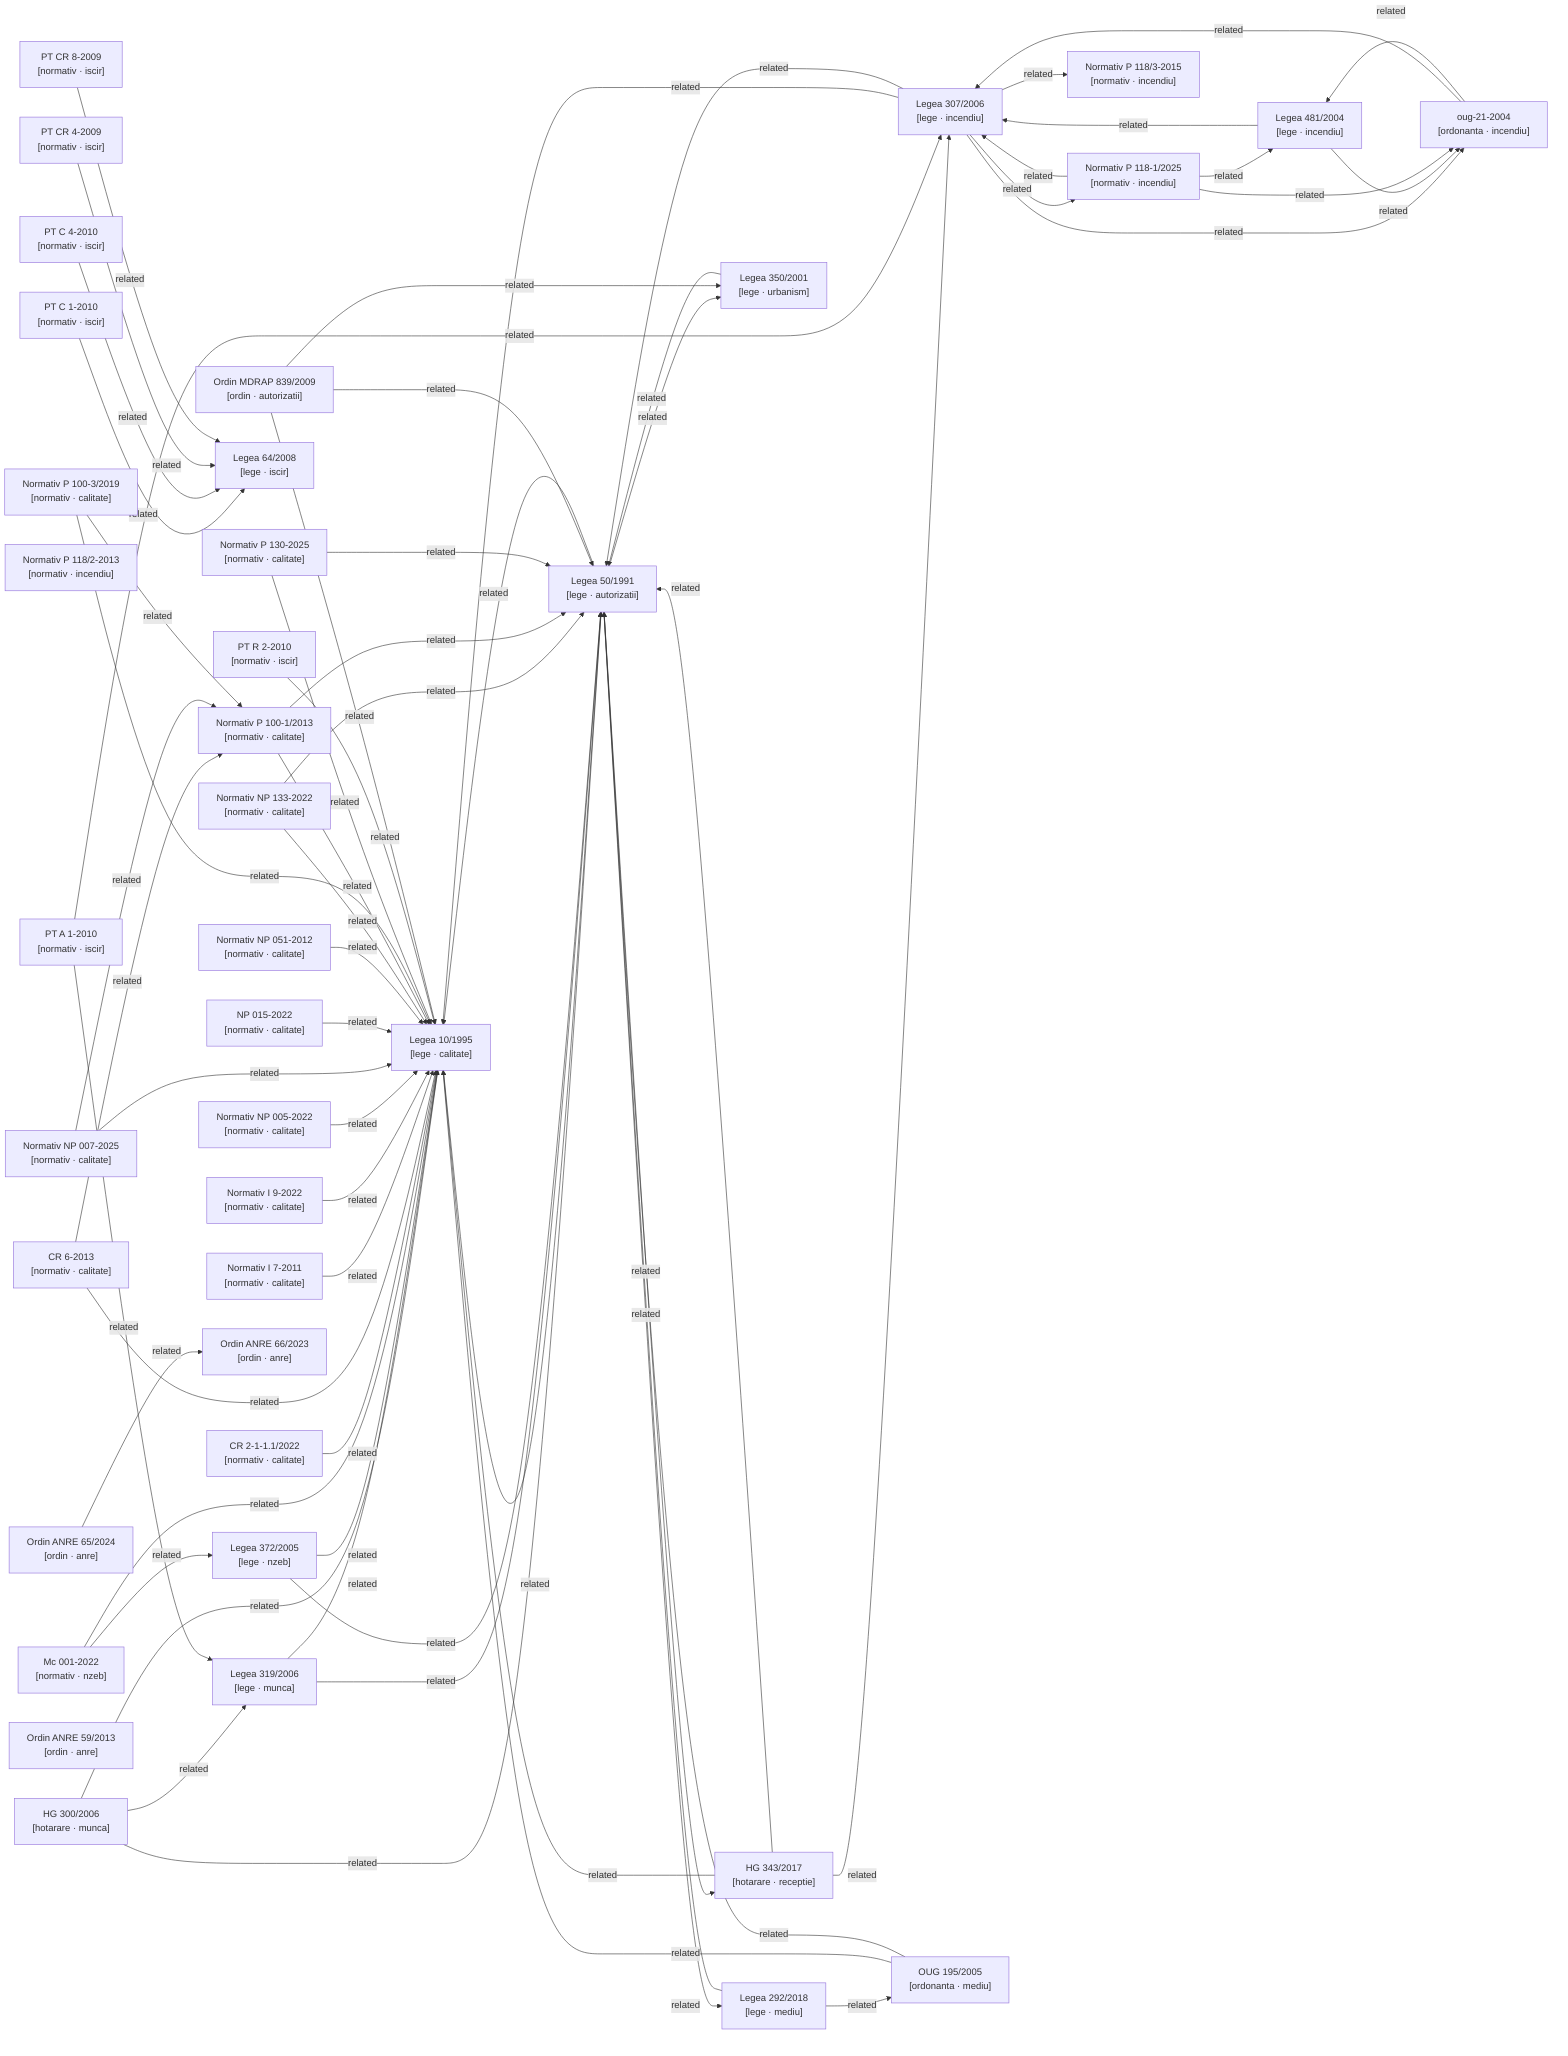
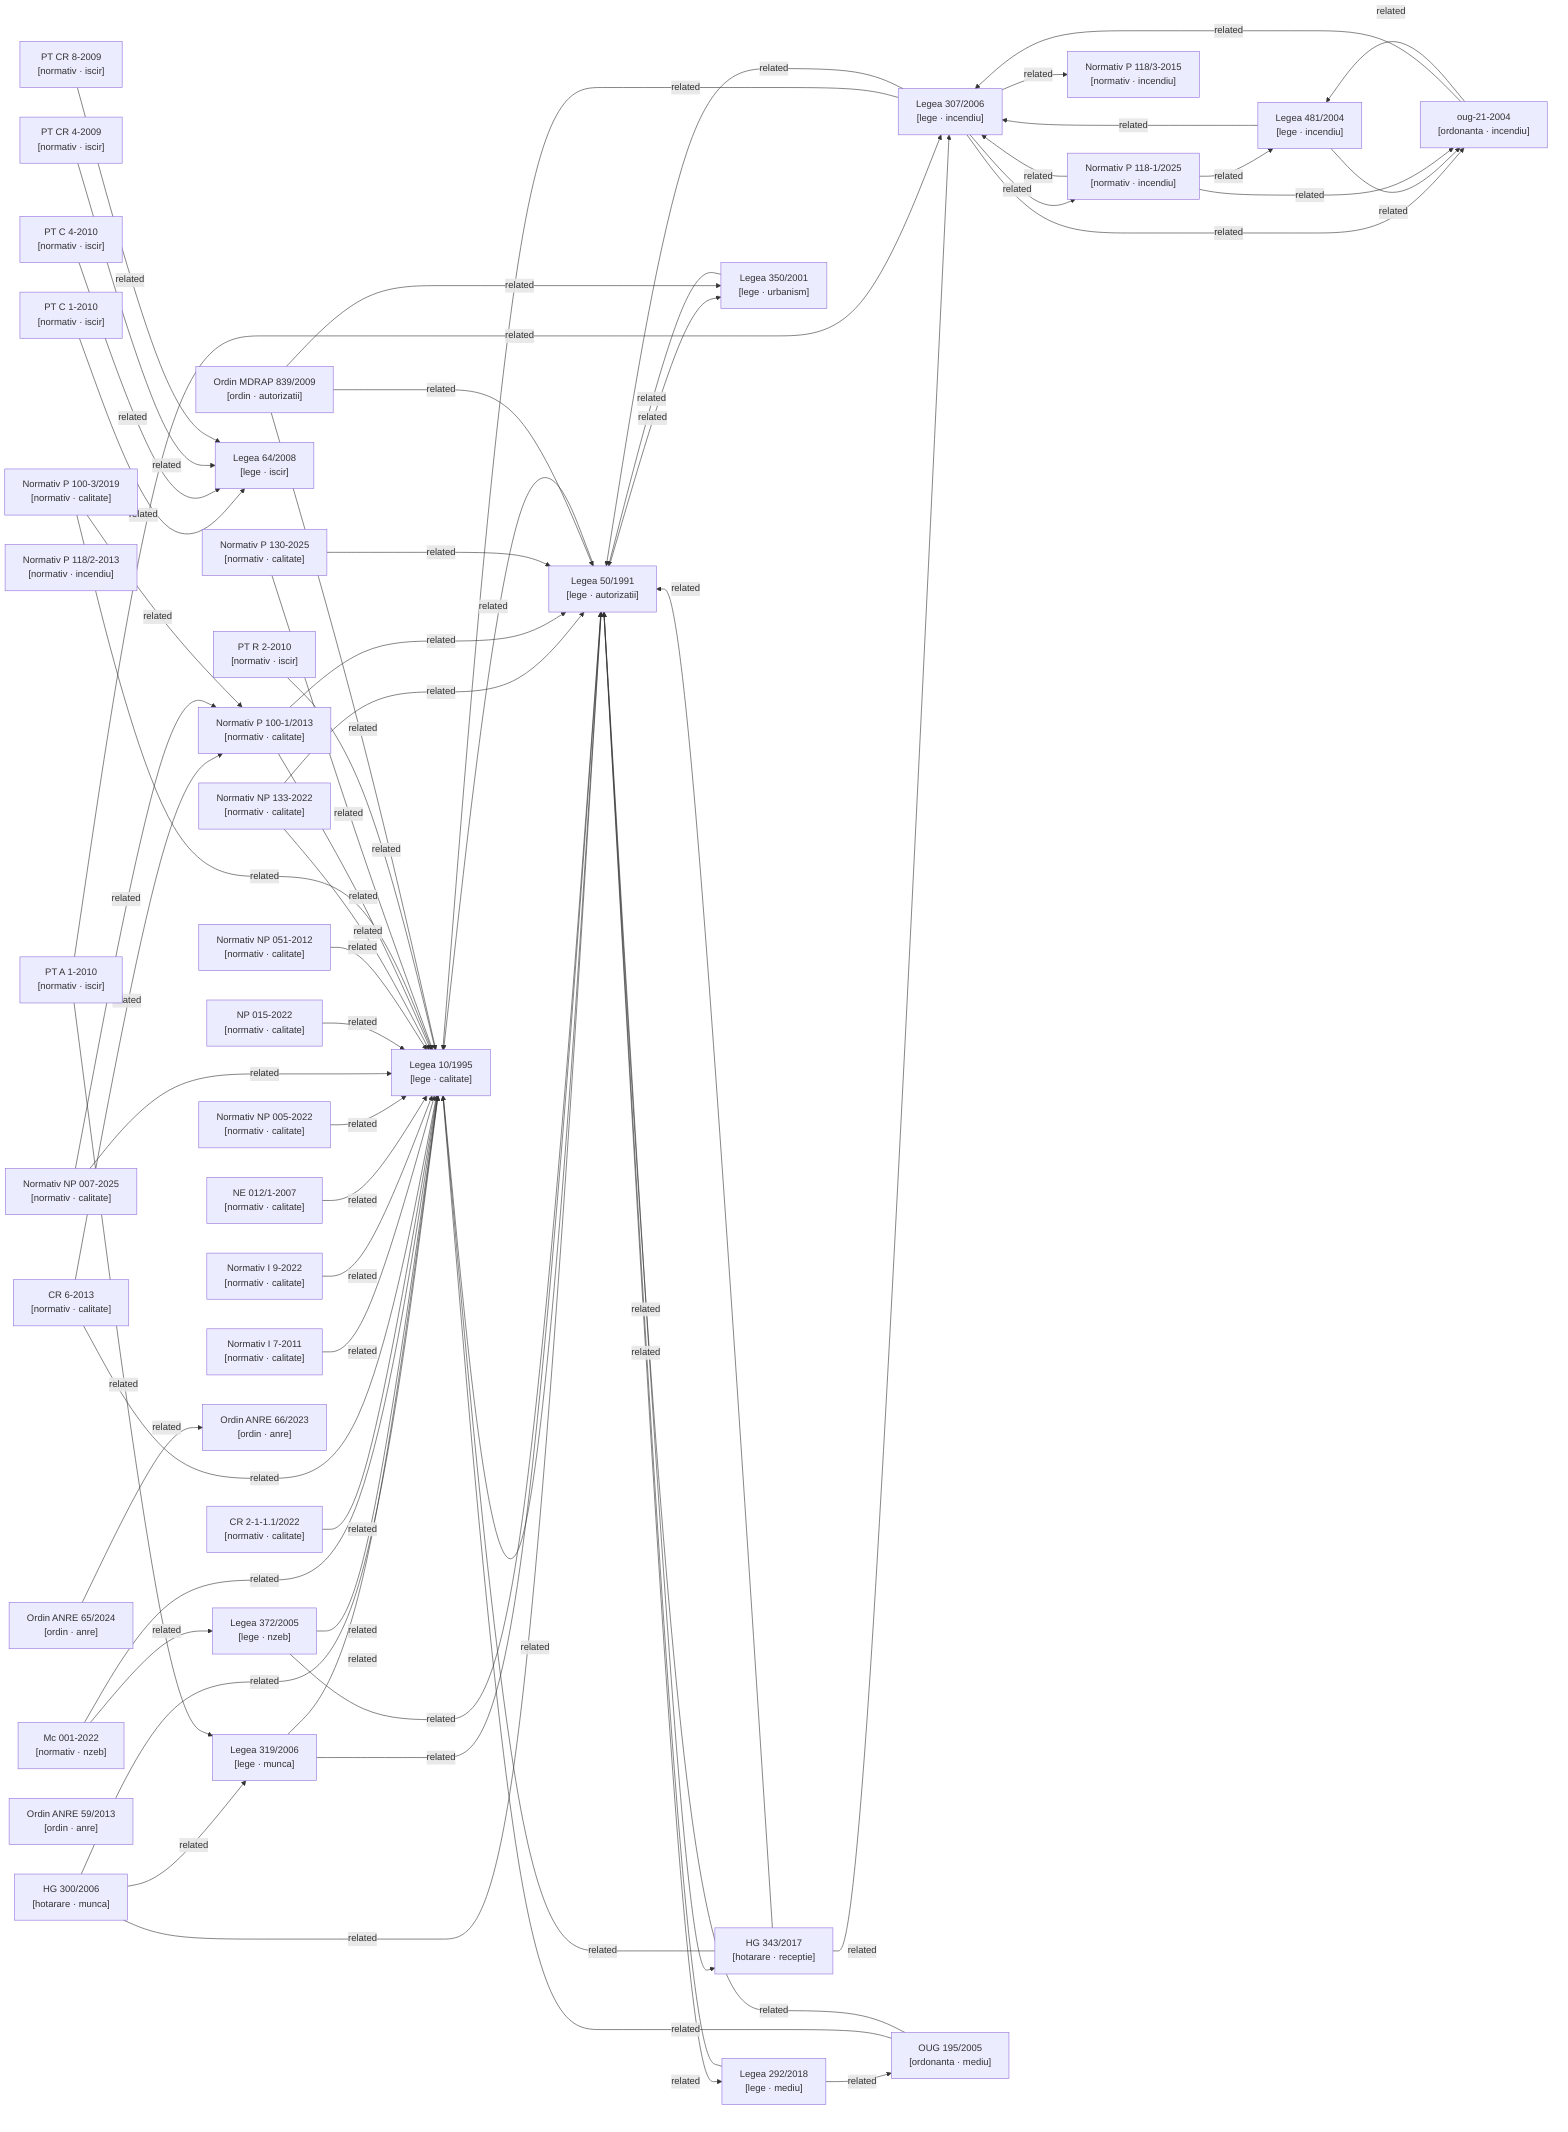
graph LR

  %% Nodes
  hg-300-2006["HG 300/2006\n[hotarare · munca]"]
  hg-343-2017["HG 343/2017\n[hotarare · receptie]"]
  lege-10-1995["Legea 10/1995\n[lege · calitate]"]
  lege-292-2018["Legea 292/2018\n[lege · mediu]"]
  lege-307-2006["Legea 307/2006\n[lege · incendiu]"]
  lege-319-2006["Legea 319/2006\n[lege · munca]"]
  lege-350-2001["Legea 350/2001\n[lege · urbanism]"]
  lege-372-2005["Legea 372/2005\n[lege · nzeb]"]
  lege-481-2004["Legea 481/2004\n[lege · incendiu]"]
  lege-50-1991["Legea 50/1991\n[lege · autorizatii]"]
  lege-64-2008["Legea 64/2008\n[lege · iscir]"]
  metodologie-mc001-2022["Mc 001-2022\n[normativ · nzeb]"]
  normativ-cr2-1-1-1-2022["CR 2-1-1.1/2022\n[normativ · calitate]"]
  normativ-cr6-2013["CR 6-2013\n[normativ · calitate]"]
  normativ-i7-2011["Normativ I 7-2011\n[normativ · calitate]"]
  normativ-i9-2022["Normativ I 9-2022\n[normativ · calitate]"]
+   normativ-ne012-1-2007["NE 012/1-2007\n[normativ · calitate]"]
  normativ-np005-2022["Normativ NP 005-2022\n[normativ · calitate]"]
  normativ-np007-2025["Normativ NP 007-2025\n[normativ · calitate]"]
  normativ-np015-2022["NP 015-2022\n[normativ · calitate]"]
  normativ-np051-2012["Normativ NP 051-2012\n[normativ · calitate]"]
  normativ-np133-2022["Normativ NP 133-2022\n[normativ · calitate]"]
  normativ-p100-1-2013["Normativ P 100-1/2013\n[normativ · calitate]"]
  normativ-p100-3-2019["Normativ P 100-3/2019\n[normativ · calitate]"]
  normativ-p118-1-2025["Normativ P 118-1/2025\n[normativ · incendiu]"]
  normativ-p118-2-2013["Normativ P 118/2-2013\n[normativ · incendiu]"]
  normativ-p118-3-2015["Normativ P 118/3-2015\n[normativ · incendiu]"]
  normativ-p130-2025["Normativ P 130-2025\n[normativ · calitate]"]
  normativ-pt-a1-2010["PT A 1-2010\n[normativ · iscir]"]
  normativ-pt-c1-2010["PT C 1-2010\n[normativ · iscir]"]
  normativ-pt-c4-2010["PT C 4-2010\n[normativ · iscir]"]
  normativ-pt-cr4-2009["PT CR 4-2009\n[normativ · iscir]"]
  normativ-pt-cr8-2009["PT CR 8-2009\n[normativ · iscir]"]
  normativ-pt-r2-2010["PT R 2-2010\n[normativ · iscir]"]
  ordin-839-2009["Ordin MDRAP 839/2009\n[ordin · autorizatii]"]
  ordin-anre-59-2013["Ordin ANRE 59/2013\n[ordin · anre]"]
  ordin-anre-65-2024["Ordin ANRE 65/2024\n[ordin · anre]"]
  ordin-anre-66-2023["Ordin ANRE 66/2023\n[ordin · anre]"]
  oug-195-2005["OUG 195/2005\n[ordonanta · mediu]"]
  oug-21-2004["oug-21-2004\n[ordonanta · incendiu]"]

  %% Confirmed relationships (from metadata related_acts)
  hg-300-2006 -->|related| lege-10-1995
  hg-300-2006 -->|related| lege-319-2006
  hg-300-2006 -->|related| lege-50-1991
  hg-343-2017 -->|related| lege-10-1995
  hg-343-2017 -->|related| lege-307-2006
  hg-343-2017 -->|related| lege-50-1991
  lege-10-1995 -->|related| lege-50-1991
  lege-292-2018 -->|related| lege-50-1991
  lege-292-2018 -->|related| oug-195-2005
  lege-307-2006 -->|related| lege-10-1995
  lege-307-2006 -->|related| lege-50-1991
  lege-307-2006 -->|related| normativ-p118-1-2025
  lege-307-2006 -->|related| normativ-p118-3-2015
  lege-307-2006 -->|related| oug-21-2004
  lege-319-2006 -->|related| lege-10-1995
  lege-319-2006 -->|related| lege-50-1991
  lege-350-2001 -->|related| lege-50-1991
  lege-372-2005 -->|related| lege-10-1995
  lege-372-2005 -->|related| lege-50-1991
  lege-481-2004 -->|related| lege-307-2006
  lege-481-2004 -->|related| oug-21-2004
  lege-50-1991 -->|related| hg-343-2017
  lege-50-1991 -->|related| lege-10-1995
  lege-50-1991 -->|related| lege-292-2018
  lege-50-1991 -->|related| lege-350-2001
  metodologie-mc001-2022 -->|related| lege-10-1995
  metodologie-mc001-2022 -->|related| lege-372-2005
  normativ-cr2-1-1-1-2022 -->|related| lege-10-1995
  normativ-cr6-2013 -->|related| lege-10-1995
  normativ-cr6-2013 -->|related| normativ-p100-1-2013
  normativ-i7-2011 -->|related| lege-10-1995
  normativ-i9-2022 -->|related| lege-10-1995
+   normativ-ne012-1-2007 -->|related| lege-10-1995
  normativ-np005-2022 -->|related| lege-10-1995
  normativ-np007-2025 -->|related| lege-10-1995
  normativ-np007-2025 -->|related| normativ-p100-1-2013
  normativ-np015-2022 -->|related| lege-10-1995
  normativ-np051-2012 -->|related| lege-10-1995
  normativ-np133-2022 -->|related| lege-10-1995
  normativ-np133-2022 -->|related| lege-50-1991
  normativ-p100-1-2013 -->|related| lege-10-1995
  normativ-p100-1-2013 -->|related| lege-50-1991
  normativ-p100-3-2019 -->|related| lege-10-1995
  normativ-p100-3-2019 -->|related| normativ-p100-1-2013
  normativ-p118-1-2025 -->|related| lege-307-2006
  normativ-p118-1-2025 -->|related| lege-481-2004
  normativ-p118-1-2025 -->|related| oug-21-2004
  normativ-p130-2025 -->|related| lege-10-1995
  normativ-p130-2025 -->|related| lege-50-1991
  normativ-pt-a1-2010 -->|related| lege-307-2006
  normativ-pt-a1-2010 -->|related| lege-319-2006
  normativ-pt-c1-2010 -->|related| lege-64-2008
  normativ-pt-c4-2010 -->|related| lege-64-2008
  normativ-pt-cr4-2009 -->|related| lege-64-2008
  normativ-pt-cr8-2009 -->|related| lege-64-2008
  normativ-pt-r2-2010 -->|related| lege-10-1995
  ordin-839-2009 -->|related| lege-10-1995
  ordin-839-2009 -->|related| lege-350-2001
  ordin-839-2009 -->|related| lege-50-1991
  ordin-anre-65-2024 -->|related| ordin-anre-66-2023
  oug-195-2005 -->|related| lege-10-1995
  oug-195-2005 -->|related| lege-50-1991
  oug-21-2004 -->|related| lege-307-2006
  oug-21-2004 -->|related| lege-481-2004

  %% Auto-detected relationships (needs_review)
